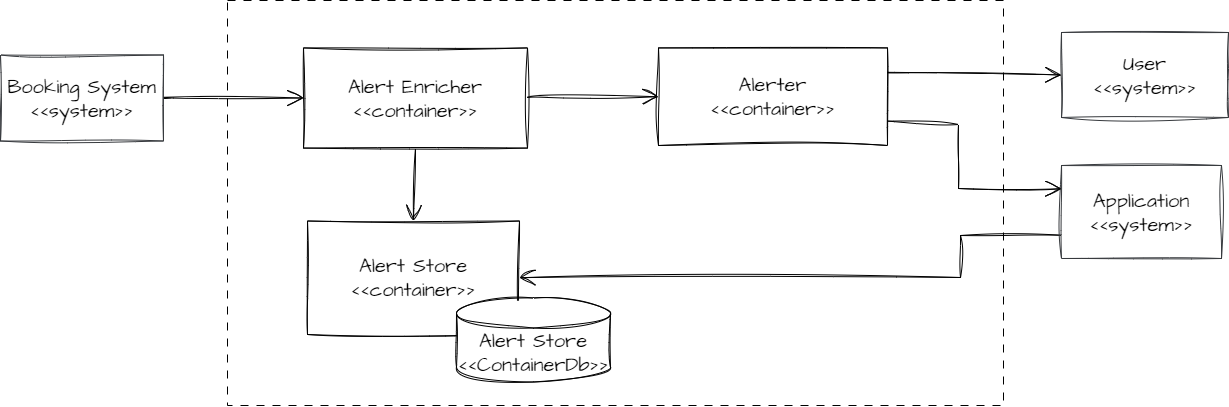
This is ContainerView/alerting.png from intelligent-growth-solutions/flexibility-fertilisers, a draw.io export, as it was before one commit. Source tidied: cells renumbered, new cells last; positions are measured from the earlier drawing's top-left corner, leaving out a move shared by most shapes.
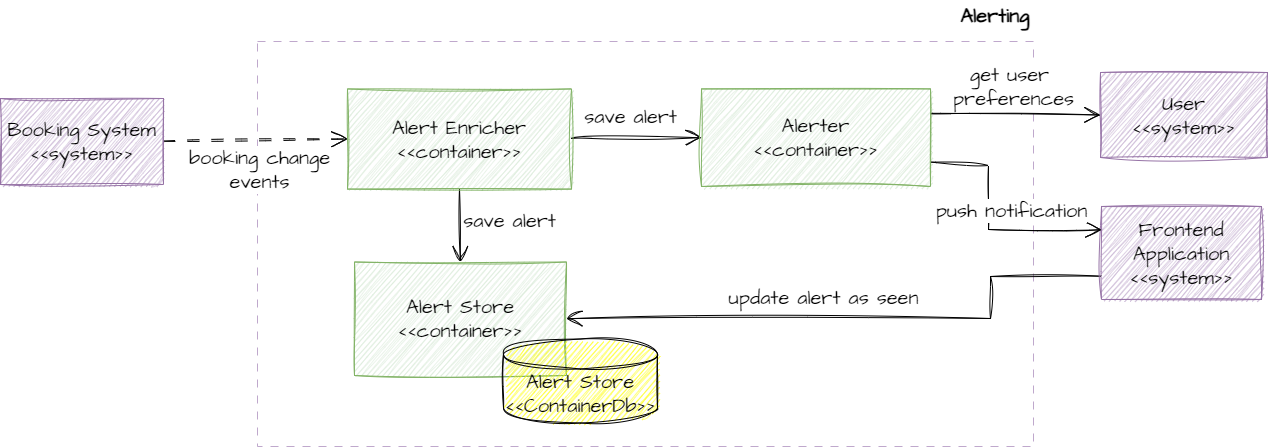
The same diagram one commit later.

Commit message:
Improve conainter views - alert, book, travel

Change to the diagram source:
```diff
@@ -2,14 +2,19 @@
   <root>
     <mxCell id="0" />
     <mxCell id="1" parent="0" />
-    <mxCell id="2" style="rounded=0;whiteSpace=wrap;html=1;hachureGap=4;fontFamily=Architects Daughter;fontSource=https%3A%2F%2Ffonts.googleapis.com%2Fcss%3Ffamily%3DArchitects%2BDaughter;fontSize=20;dashed=1;dashPattern=8 8;" parent="1" vertex="1">
+    <mxCell id="2" style="rounded=0;whiteSpace=wrap;html=1;hachureGap=4;fontFamily=Architects Daughter;fontSource=https%3A%2F%2Ffonts.googleapis.com%2Fcss%3Ffamily%3DArchitects%2BDaughter;fontSize=20;dashed=1;dashPattern=8 8;strokeColor=#BFA8CC;" parent="1" vertex="1">
       <mxGeometry x="227" width="776" height="405" as="geometry" />
     </mxCell>
-    <mxCell id="3" style="edgeStyle=none;curved=1;rounded=0;sketch=1;hachureGap=4;jiggle=2;curveFitting=1;jettySize=auto;html=1;fontFamily=Architects Daughter;fontSource=https%3A%2F%2Ffonts.googleapis.com%2Fcss%3Ffamily%3DArchitects%2BDaughter;fontSize=16;endArrow=open;startSize=14;endSize=14;sourcePerimeterSpacing=8;targetPerimeterSpacing=8;entryX=0;entryY=0.5;entryDx=0;entryDy=0;exitX=1;exitY=0.5;exitDx=0;exitDy=0;" parent="1" edge="1" source="4" target="10">
+    <mxCell id="3" style="edgeStyle=none;curved=1;rounded=0;sketch=1;hachureGap=4;jiggle=2;curveFitting=1;jettySize=auto;html=1;fontFamily=Architects Daughter;fontSource=https%3A%2F%2Ffonts.googleapis.com%2Fcss%3Ffamily%3DArchitects%2BDaughter;fontSize=16;endArrow=open;startSize=14;endSize=14;sourcePerimeterSpacing=8;targetPerimeterSpacing=8;entryX=0;entryY=0.5;entryDx=0;entryDy=0;exitX=1;exitY=0.5;exitDx=0;exitDy=0;dashed=1;dashPattern=12 12;" parent="1" edge="1" source="4" target="10">
       <mxGeometry relative="1" as="geometry" />
     </mxCell>
+    <mxCell id="17" value="&amp;nbsp;booking change&lt;br&gt;&amp;nbsp;events" style="edgeLabel;html=1;align=center;verticalAlign=middle;fontSize=20;fontFamily=Architects Daughter;" parent="3" vertex="1">
+      <mxGeometry x="0.26" y="7" relative="1" as="geometry">
+        <mxPoint x="-24" y="36" as="offset" />
+      </mxGeometry>
+    </mxCell>
-    <mxCell id="4" value="Booking System&lt;br&gt;&amp;lt;&amp;lt;system&amp;gt;&amp;gt;" style="rounded=0;whiteSpace=wrap;html=1;sketch=1;hachureGap=4;jiggle=2;curveFitting=1;fontFamily=Architects Daughter;fontSource=https%3A%2F%2Ffonts.googleapis.com%2Fcss%3Ffamily%3DArchitects%2BDaughter;fontSize=20;fillColor=none;strokeColor=#36393d;" parent="1" vertex="1">
-      <mxGeometry y="54.5" width="163" height="86" as="geometry" />
+    <mxCell id="4" value="Booking System&lt;br&gt;&amp;lt;&amp;lt;system&amp;gt;&amp;gt;" style="rounded=0;whiteSpace=wrap;html=1;sketch=1;hachureGap=4;jiggle=2;curveFitting=1;fontFamily=Architects Daughter;fontSource=https%3A%2F%2Ffonts.googleapis.com%2Fcss%3Ffamily%3DArchitects%2BDaughter;fontSize=20;fillColor=#BFA8CC;strokeColor=#9673a6;" parent="1" vertex="1">
+      <mxGeometry x="-30" y="57" width="163" height="86" as="geometry" />
     </mxCell>
     <mxCell id="5" style="edgeStyle=none;rounded=0;sketch=1;hachureGap=4;jiggle=2;curveFitting=1;jettySize=auto;html=1;exitX=0;exitY=0.75;exitDx=0;exitDy=0;fontFamily=Architects Daughter;fontSource=https%3A%2F%2Ffonts.googleapis.com%2Fcss%3Ffamily%3DArchitects%2BDaughter;fontSize=16;endArrow=open;startSize=14;endSize=14;sourcePerimeterSpacing=8;targetPerimeterSpacing=8;entryX=1;entryY=0.5;entryDx=0;entryDy=0;" parent="1" edge="1" source="6" target="15">
       <mxGeometry relative="1" as="geometry">
@@ -19,24 +24,39 @@
         </Array>
       </mxGeometry>
     </mxCell>
+    <mxCell id="18" value="update alert as seen" style="edgeLabel;html=1;align=center;verticalAlign=middle;fontSize=20;fontFamily=Architects Daughter;" parent="5" vertex="1">
+      <mxGeometry x="-0.13" y="-8" relative="1" as="geometry">
+        <mxPoint x="-69" y="-14" as="offset" />
+      </mxGeometry>
+    </mxCell>
-    <mxCell id="6" value="Application&lt;br&gt;&amp;lt;&amp;lt;system&amp;gt;&amp;gt;" style="rounded=0;whiteSpace=wrap;html=1;sketch=1;hachureGap=4;jiggle=2;curveFitting=1;fontFamily=Architects Daughter;fontSource=https%3A%2F%2Ffonts.googleapis.com%2Fcss%3Ffamily%3DArchitects%2BDaughter;fontSize=20;fillColor=none;strokeColor=#36393d;" parent="1" vertex="1">
-      <mxGeometry x="1061" y="165" width="160" height="93" as="geometry" />
+    <mxCell id="6" value="Frontend&lt;br&gt;Application&lt;br&gt;&amp;lt;&amp;lt;system&amp;gt;&amp;gt;" style="rounded=0;whiteSpace=wrap;html=1;sketch=1;hachureGap=4;jiggle=2;curveFitting=1;fontFamily=Architects Daughter;fontSource=https%3A%2F%2Ffonts.googleapis.com%2Fcss%3Ffamily%3DArchitects%2BDaughter;fontSize=20;fillColor=#BFA8CC;strokeColor=#9673a6;" parent="1" vertex="1">
+      <mxGeometry x="1071" y="165" width="160" height="93" as="geometry" />
     </mxCell>
-    <mxCell id="7" value="User&lt;br&gt;&amp;lt;&amp;lt;system&amp;gt;&amp;gt;" style="rounded=0;whiteSpace=wrap;html=1;sketch=1;hachureGap=4;jiggle=2;curveFitting=1;fontFamily=Architects Daughter;fontSource=https%3A%2F%2Ffonts.googleapis.com%2Fcss%3Ffamily%3DArchitects%2BDaughter;fontSize=20;fillColor=none;strokeColor=#36393d;" parent="1" vertex="1">
-      <mxGeometry x="1061" y="32" width="167" height="85" as="geometry" />
+    <mxCell id="7" value="User&lt;br&gt;&amp;lt;&amp;lt;system&amp;gt;&amp;gt;" style="rounded=0;whiteSpace=wrap;html=1;sketch=1;hachureGap=4;jiggle=2;curveFitting=1;fontFamily=Architects Daughter;fontSource=https%3A%2F%2Ffonts.googleapis.com%2Fcss%3Ffamily%3DArchitects%2BDaughter;fontSize=20;fillColor=#BFA8CC;strokeColor=#9673a6;" parent="1" vertex="1">
+      <mxGeometry x="1070" y="31" width="167" height="85" as="geometry" />
     </mxCell>
     <mxCell id="8" style="edgeStyle=none;rounded=0;sketch=1;hachureGap=4;jiggle=2;curveFitting=1;jettySize=auto;html=1;exitX=0.5;exitY=1;exitDx=0;exitDy=0;fontFamily=Architects Daughter;fontSource=https%3A%2F%2Ffonts.googleapis.com%2Fcss%3Ffamily%3DArchitects%2BDaughter;fontSize=16;endArrow=open;startSize=14;endSize=14;sourcePerimeterSpacing=8;targetPerimeterSpacing=8;entryX=0.5;entryY=0;entryDx=0;entryDy=0;" parent="1" edge="1" source="10" target="15">
       <mxGeometry relative="1" as="geometry" />
     </mxCell>
+    <mxCell id="19" value="save alert" style="edgeLabel;html=1;align=center;verticalAlign=middle;fontSize=20;fontFamily=Architects Daughter;" parent="8" vertex="1">
+      <mxGeometry x="0.16" y="3" relative="1" as="geometry">
+        <mxPoint x="46" y="-11" as="offset" />
+      </mxGeometry>
+    </mxCell>
     <mxCell id="9" style="edgeStyle=none;curved=1;rounded=0;sketch=1;hachureGap=4;jiggle=2;curveFitting=1;jettySize=auto;html=1;exitX=1;exitY=0.5;exitDx=0;exitDy=0;fontFamily=Architects Daughter;fontSource=https%3A%2F%2Ffonts.googleapis.com%2Fcss%3Ffamily%3DArchitects%2BDaughter;fontSize=16;endArrow=open;startSize=14;endSize=14;sourcePerimeterSpacing=8;targetPerimeterSpacing=8;entryX=0;entryY=0.5;entryDx=0;entryDy=0;" parent="1" edge="1" source="10" target="13">
       <mxGeometry relative="1" as="geometry" />
     </mxCell>
-    <mxCell id="10" value="Alert Enricher&lt;br&gt;&amp;lt;&amp;lt;container&amp;gt;&amp;gt;" style="rounded=0;whiteSpace=wrap;html=1;sketch=1;hachureGap=4;jiggle=2;curveFitting=1;fontFamily=Architects Daughter;fontSource=https%3A%2F%2Ffonts.googleapis.com%2Fcss%3Ffamily%3DArchitects%2BDaughter;fontSize=20;" parent="1" vertex="1">
-      <mxGeometry x="303" y="47.4" width="224" height="100.2" as="geometry" />
+    <mxCell id="10" value="Alert Enricher&lt;br&gt;&amp;lt;&amp;lt;container&amp;gt;&amp;gt;" style="rounded=0;whiteSpace=wrap;html=1;sketch=1;hachureGap=4;jiggle=2;curveFitting=1;fontFamily=Architects Daughter;fontSource=https%3A%2F%2Ffonts.googleapis.com%2Fcss%3Ffamily%3DArchitects%2BDaughter;fontSize=20;fillColor=#d5e8d4;strokeColor=#82b366;" parent="1" vertex="1">
+      <mxGeometry x="317" y="47.4" width="224" height="100.2" as="geometry" />
     </mxCell>
     <mxCell id="11" style="edgeStyle=none;curved=1;rounded=0;sketch=1;hachureGap=4;jiggle=2;curveFitting=1;jettySize=auto;html=1;fontFamily=Architects Daughter;fontSource=https%3A%2F%2Ffonts.googleapis.com%2Fcss%3Ffamily%3DArchitects%2BDaughter;fontSize=16;endArrow=open;startSize=14;endSize=14;sourcePerimeterSpacing=8;targetPerimeterSpacing=8;entryX=0;entryY=0.5;entryDx=0;entryDy=0;exitX=1;exitY=0.25;exitDx=0;exitDy=0;" parent="1" edge="1" source="13" target="7">
       <mxGeometry relative="1" as="geometry" />
     </mxCell>
+    <mxCell id="20" value="get user&lt;br&gt;&amp;nbsp;preferences" style="edgeLabel;html=1;align=center;verticalAlign=middle;fontSize=20;fontFamily=Architects Daughter;" parent="11" vertex="1">
+      <mxGeometry x="-0.45" y="2" relative="1" as="geometry">
+        <mxPoint x="31" y="-26" as="offset" />
+      </mxGeometry>
+    </mxCell>
     <mxCell id="12" style="edgeStyle=none;rounded=0;sketch=1;hachureGap=4;jiggle=2;curveFitting=1;jettySize=auto;html=1;exitX=1;exitY=0.75;exitDx=0;exitDy=0;entryX=0;entryY=0.25;entryDx=0;entryDy=0;fontFamily=Architects Daughter;fontSource=https%3A%2F%2Ffonts.googleapis.com%2Fcss%3Ffamily%3DArchitects%2BDaughter;fontSize=16;endArrow=open;startSize=14;endSize=14;sourcePerimeterSpacing=8;targetPerimeterSpacing=8;" parent="1" edge="1" source="13" target="6">
       <mxGeometry relative="1" as="geometry">
         <Array as="points">
@@ -45,17 +65,28 @@
         </Array>
       </mxGeometry>
     </mxCell>
+    <mxCell id="21" value="push notification" style="edgeLabel;html=1;align=center;verticalAlign=middle;fontSize=20;fontFamily=Architects Daughter;" parent="12" vertex="1">
+      <mxGeometry x="-0.09" y="1" relative="1" as="geometry">
+        <mxPoint x="21" y="-4" as="offset" />
+      </mxGeometry>
+    </mxCell>
-    <mxCell id="13" value="Alerter&lt;br&gt;&amp;lt;&amp;lt;container&amp;gt;&amp;gt;" style="rounded=0;whiteSpace=wrap;html=1;sketch=1;hachureGap=4;jiggle=2;curveFitting=1;fontFamily=Architects Daughter;fontSource=https%3A%2F%2Ffonts.googleapis.com%2Fcss%3Ffamily%3DArchitects%2BDaughter;fontSize=20;" parent="1" vertex="1">
-      <mxGeometry x="658" y="47.4" width="229" height="97.6" as="geometry" />
+    <mxCell id="13" value="Alerter&lt;br&gt;&amp;lt;&amp;lt;container&amp;gt;&amp;gt;" style="rounded=0;whiteSpace=wrap;html=1;sketch=1;hachureGap=4;jiggle=2;curveFitting=1;fontFamily=Architects Daughter;fontSource=https%3A%2F%2Ffonts.googleapis.com%2Fcss%3Ffamily%3DArchitects%2BDaughter;fontSize=20;fillColor=#D5E8D4;strokeColor=#82b366;" parent="1" vertex="1">
+      <mxGeometry x="671" y="47.4" width="229" height="97.6" as="geometry" />
     </mxCell>
     <mxCell id="14" style="group;" parent="1" vertex="1">
-      <mxGeometry x="307" y="202.5" width="303" height="179" as="geometry" />
+      <mxGeometry x="324" y="202.5" width="303" height="179" as="geometry" />
     </mxCell>
-    <mxCell id="15" value="Alert Store&lt;br&gt;&amp;lt;&amp;lt;container&amp;gt;&amp;gt;" style="rounded=0;whiteSpace=wrap;html=1;sketch=1;hachureGap=4;jiggle=2;curveFitting=1;fontFamily=Architects Daughter;fontSource=https%3A%2F%2Ffonts.googleapis.com%2Fcss%3Ffamily%3DArchitects%2BDaughter;fontSize=20;" parent="14" vertex="1">
+    <mxCell id="15" value="Alert Store&lt;br&gt;&amp;lt;&amp;lt;container&amp;gt;&amp;gt;" style="rounded=0;whiteSpace=wrap;html=1;sketch=1;hachureGap=4;jiggle=2;curveFitting=1;fontFamily=Architects Daughter;fontSource=https%3A%2F%2Ffonts.googleapis.com%2Fcss%3Ffamily%3DArchitects%2BDaughter;fontSize=20;fillColor=#d5e8d4;strokeColor=#82b366;" parent="14" vertex="1">
       <mxGeometry y="18" width="212" height="113.5" as="geometry" />
     </mxCell>
-    <mxCell id="16" value="Alert Store&lt;br&gt;&amp;lt;&amp;lt;ContainerDb&amp;gt;&amp;gt;" style="shape=cylinder3;whiteSpace=wrap;html=1;boundedLbl=1;backgroundOutline=1;size=15;sketch=1;hachureGap=4;jiggle=2;curveFitting=1;fontFamily=Architects Daughter;fontSource=https%3A%2F%2Ffonts.googleapis.com%2Fcss%3Ffamily%3DArchitects%2BDaughter;fontSize=20;" parent="14" vertex="1">
+    <mxCell id="16" value="Alert Store&lt;br&gt;&amp;lt;&amp;lt;ContainerDb&amp;gt;&amp;gt;" style="shape=cylinder3;whiteSpace=wrap;html=1;boundedLbl=1;backgroundOutline=1;size=15;sketch=1;hachureGap=4;jiggle=2;curveFitting=1;fontFamily=Architects Daughter;fontSource=https%3A%2F%2Ffonts.googleapis.com%2Fcss%3Ffamily%3DArchitects%2BDaughter;fontSize=20;fillColor=#FFFF00;" parent="14" vertex="1">
       <mxGeometry x="149" y="95" width="154" height="84" as="geometry" />
     </mxCell>
+    <mxCell id="22" value="save alert" style="edgeLabel;html=1;align=center;verticalAlign=middle;fontSize=20;fontFamily=Architects Daughter;" parent="1" vertex="1">
+      <mxGeometry x="600" y="74.5" as="geometry" />
+    </mxCell>
+    <mxCell id="23" value="Alerting" style="text;strokeColor=none;fillColor=none;html=1;align=center;verticalAlign=middle;whiteSpace=wrap;rounded=0;fontSize=20;fontFamily=Architects Daughter;fontStyle=1;" parent="1" vertex="1">
+      <mxGeometry x="935" y="-41" width="60" height="30" as="geometry" />
+    </mxCell>
   </root>
 </mxGraphModel>
```
